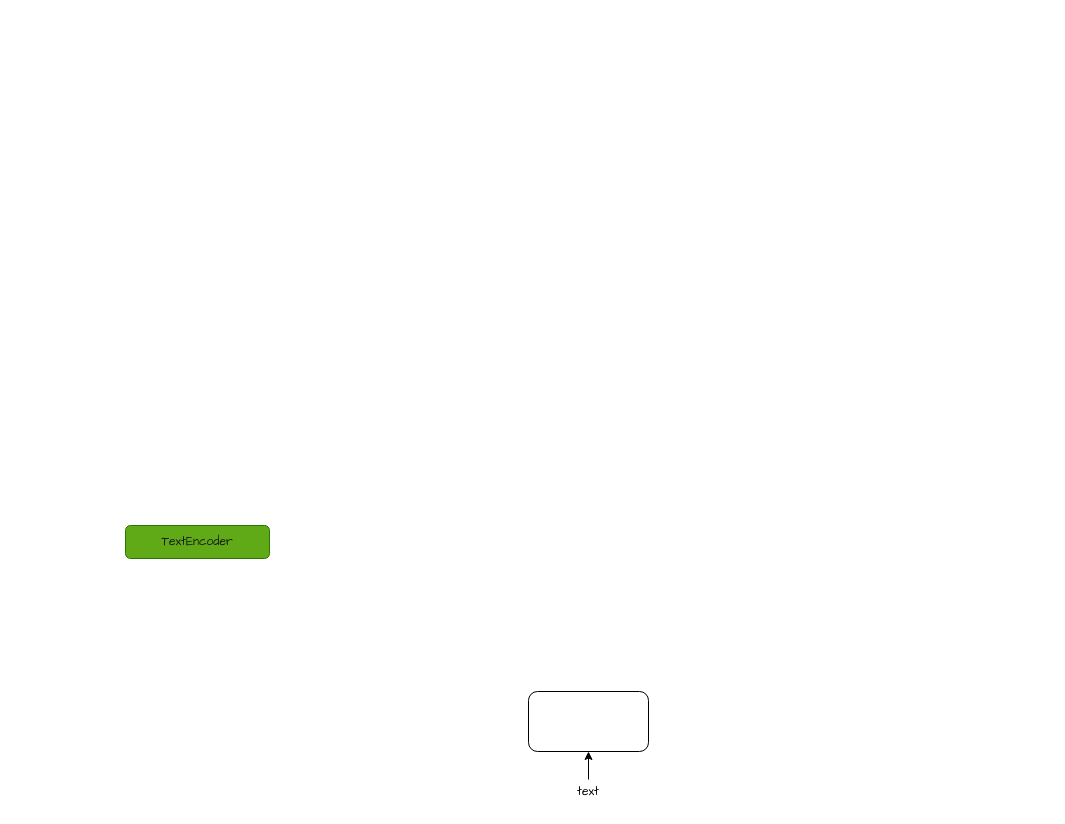
This is 未命名绘图.drawio from Paramoeciu-bug/vits, a draw.io file, before an edit. Source tidied: cells renumbered, new cells numbered last; positions are measured from the earlier drawing's top-left corner, leaving out a move shared by most shapes. Both pictures are drawn from the tidied source at 100%, with x=0, y=0 at pixel (125, 525).
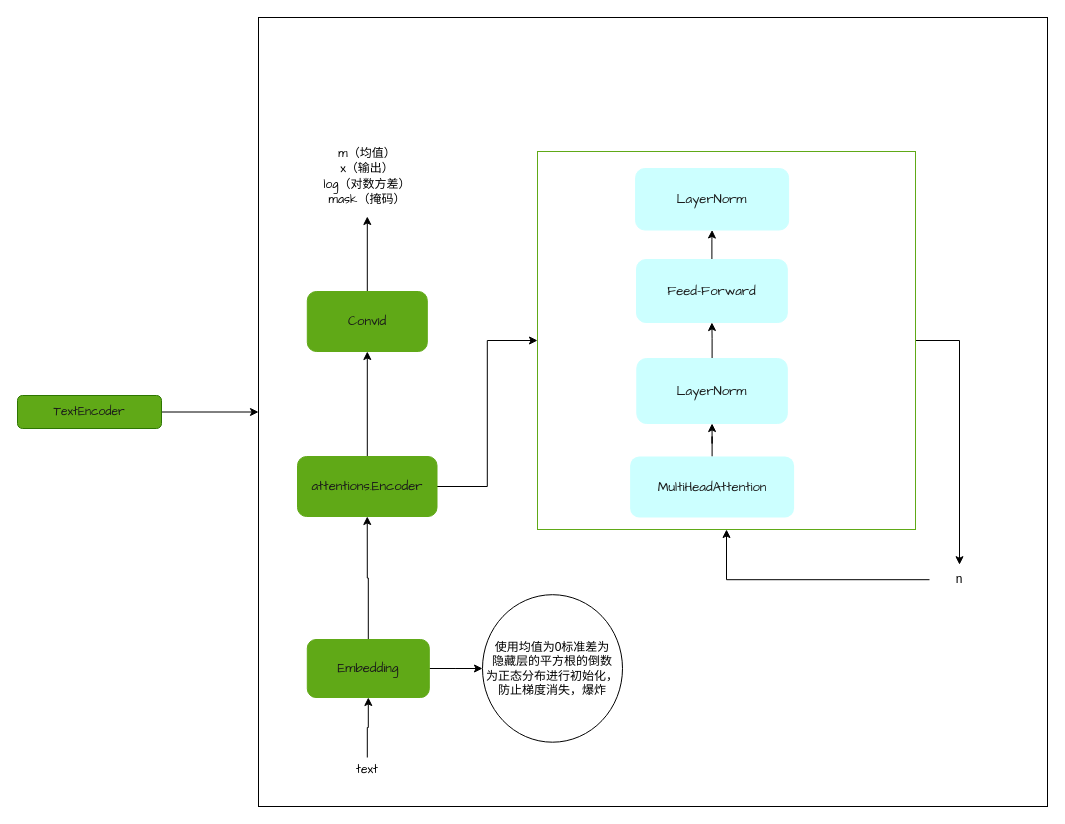
Above is the later version.

Change to the diagram source:
```diff
@@
+    <mxCell id="6" style="edgeStyle=orthogonalEdgeStyle;rounded=0;jettySize=auto;html=1;" parent="1" edge="1" source="2" target="7">
+      <mxGeometry relative="1" as="geometry" />
+    </mxCell>
     <mxCell id="2" value="TextEncoder" style="rounded=1;whiteSpace=wrap;html=1;fillColor=#60a917;strokeColor=#2D7600;fontColor=#1A1A1A;fontStyle=0;fontFamily=Comic Sans MS;" parent="1" vertex="1">
-      <mxGeometry width="144" height="33" as="geometry" />
+      <mxGeometry x="-108" y="-130" width="144" height="33" as="geometry" />
     </mxCell>
-    <mxCell id="3" style="rounded=1;whiteSpace=wrap;html=1;" parent="1" vertex="1">
-      <mxGeometry x="403" y="166" width="120" height="60" as="geometry" />
-    </mxCell>
-    <mxCell id="4" style="edgeStyle=orthogonalEdgeStyle;rounded=0;jettySize=auto;html=1;entryX=0.5;entryY=1;entryDx=0;entryDy=0;" parent="1" edge="1" source="5" target="3">
-      <mxGeometry relative="1" as="geometry" />
-    </mxCell>
+    <mxCell id="7" style="whiteSpace=wrap;html=1;labelBackgroundColor=#60A917;fontColor=#1A1A1A;fontFamily=Comic Sans MS;" parent="1" vertex="1">
+      <mxGeometry x="133" y="-508" width="789" height="789" as="geometry" />
+    </mxCell>
+    <mxCell id="8" style="edgeStyle=orthogonalEdgeStyle;rounded=0;jettySize=auto;html=1;" parent="1" edge="1" source="9" target="20">
+      <mxGeometry relative="1" as="geometry" />
+    </mxCell>
+    <mxCell id="9" value="&lt;div style=&quot;&quot;&gt;&lt;div style=&quot;font-size: 9.8pt;&quot;&gt;Conv1d&lt;/div&gt;&lt;/div&gt;" style="rounded=1;whiteSpace=wrap;html=1;fontColor=#1A1A1A;labelBackgroundColor=#60A917;strokeColor=#60A917;fillColor=#60A917;fontFamily=Comic Sans MS;" parent="1" vertex="1">
+      <mxGeometry x="181.8" y="-234" width="120" height="60" as="geometry" />
+    </mxCell>
+    <mxCell id="10" style="edgeStyle=orthogonalEdgeStyle;rounded=0;jettySize=auto;html=1;" parent="1" edge="1" source="12" target="9">
+      <mxGeometry relative="1" as="geometry" />
+    </mxCell>
+    <mxCell id="11" style="edgeStyle=orthogonalEdgeStyle;rounded=0;jettySize=auto;html=1;entryX=0;entryY=0.5;entryDx=0;entryDy=0;" parent="1" edge="1" source="12" target="19">
+      <mxGeometry relative="1" as="geometry" />
+    </mxCell>
+    <mxCell id="12" value="&lt;div&gt;&lt;div style=&quot;font-size: 9.8pt;&quot;&gt;&lt;font style=&quot;color: rgb(26, 26, 26);&quot;&gt;attentions&lt;span style=&quot;background-color: rgb(96, 169, 23);&quot;&gt;.&lt;/span&gt;Encoder&lt;/font&gt;&lt;/div&gt;&lt;/div&gt;" style="rounded=1;whiteSpace=wrap;html=1;fillColor=#60A917;strokeColor=#60A917;fontFamily=Comic Sans MS;" parent="1" vertex="1">
+      <mxGeometry x="172" y="-69" width="139.5" height="60" as="geometry" />
+    </mxCell>
+    <mxCell id="13" style="edgeStyle=orthogonalEdgeStyle;rounded=0;jettySize=auto;html=1;entryX=0.5;entryY=1;entryDx=0;entryDy=0;" parent="1" edge="1" source="15" target="12">
+      <mxGeometry relative="1" as="geometry" />
+    </mxCell>
+    <mxCell id="14" style="edgeStyle=orthogonalEdgeStyle;rounded=0;jettySize=auto;html=1;" parent="1" edge="1" source="15" target="17">
+      <mxGeometry relative="1" as="geometry" />
+    </mxCell>
+    <mxCell id="15" value="&lt;div style=&quot;&quot;&gt;&lt;div style=&quot;font-size: 9.8pt;&quot;&gt;&lt;span style=&quot;background-color: rgb(96, 169, 23);&quot;&gt;Embedding&lt;/span&gt;&lt;/div&gt;&lt;/div&gt;" style="rounded=1;whiteSpace=wrap;html=1;fontFamily=Comic Sans MS;labelBackgroundColor=#FFFFFF;fillStyle=solid;fillColor=#60a917;fontColor=#1B1B1B;strokeColor=#60A917;" parent="1" vertex="1">
+      <mxGeometry x="181.8" y="114" width="122" height="58" as="geometry" />
+    </mxCell>
+    <mxCell id="16" style="edgeStyle=orthogonalEdgeStyle;rounded=0;jettySize=auto;html=1;" parent="1" edge="1" source="5" target="15">
+      <mxGeometry relative="1" as="geometry" />
+    </mxCell>
     <mxCell id="5" value="text" style="text;html=1;align=center;verticalAlign=middle;whiteSpace=wrap;rounded=0;fontFamily=Comic Sans MS;" parent="1" vertex="1">
-      <mxGeometry x="433" y="254" width="60" height="26" as="geometry" />
+      <mxGeometry x="211.8" y="232" width="60" height="26" as="geometry" />
     </mxCell>
+    <mxCell id="17" value="使用均值为0标准差为&lt;br&gt;隐藏层的平方根的倒数&lt;br&gt;为正态分布进行初始化，&lt;br&gt;防止梯度消失，爆炸" style="ellipse;whiteSpace=wrap;html=1;" parent="1" vertex="1">
+      <mxGeometry x="357" y="69.2" width="140" height="147.5" as="geometry" />
+    </mxCell>
+    <mxCell id="18" style="edgeStyle=orthogonalEdgeStyle;rounded=0;jettySize=auto;html=1;entryX=0.5;entryY=0;entryDx=0;entryDy=0;" parent="1" edge="1" source="19" target="29">
+      <mxGeometry relative="1" as="geometry" />
+    </mxCell>
+    <mxCell id="19" style="whiteSpace=wrap;html=1;strokeColor=#60A917;gradientColor=none;fillColor=default;" parent="1" vertex="1">
+      <mxGeometry x="412" y="-374" width="378" height="378" as="geometry" />
+    </mxCell>
+    <mxCell id="20" value="&lt;font face=&quot;Comic Sans MS&quot;&gt;m（均值）&lt;/font&gt;&lt;div&gt;&lt;font face=&quot;Comic Sans MS&quot;&gt;x（输出）&lt;br&gt;log（对数方差）&lt;/font&gt;&lt;/div&gt;&lt;div&gt;&lt;font face=&quot;Comic Sans MS&quot;&gt;mask（掩码）&lt;/font&gt;&lt;/div&gt;" style="text;html=1;align=center;verticalAlign=middle;whiteSpace=wrap;rounded=0;" parent="1" vertex="1">
+      <mxGeometry x="139.6" y="-389" width="204.4" height="80" as="geometry" />
+    </mxCell>
+    <mxCell id="21" style="edgeStyle=orthogonalEdgeStyle;rounded=0;jettySize=auto;html=1;entryX=0.5;entryY=1;entryDx=0;entryDy=0;" parent="1" edge="1" source="22" target="24">
+      <mxGeometry relative="1" as="geometry" />
+    </mxCell>
+    <mxCell id="22" value="&lt;div style=&quot;&quot;&gt;&lt;div style=&quot;font-size: 9.8pt;&quot;&gt;&lt;div style=&quot;&quot;&gt;&lt;div style=&quot;font-size: 9.8pt;&quot;&gt;MultiHeadAttention&lt;/div&gt;&lt;/div&gt;&lt;/div&gt;&lt;/div&gt;" style="rounded=1;whiteSpace=wrap;html=1;labelBackgroundColor=#CCFFFF;strokeColor=none;fillColor=#CCFFFF;labelBorderColor=none;fontColor=#1A1A1A;fontFamily=Comic Sans MS;" parent="1" vertex="1">
+      <mxGeometry x="504.6" y="-69" width="164" height="61" as="geometry" />
+    </mxCell>
+    <mxCell id="23" style="edgeStyle=orthogonalEdgeStyle;rounded=0;jettySize=auto;html=1;entryX=0.5;entryY=1;entryDx=0;entryDy=0;" parent="1" edge="1" source="24" target="26">
+      <mxGeometry relative="1" as="geometry" />
+    </mxCell>
+    <mxCell id="24" value="&lt;div style=&quot;&quot;&gt;&lt;div style=&quot;font-size: 9.8pt;&quot;&gt;LayerNorm&lt;/div&gt;&lt;/div&gt;" style="rounded=1;whiteSpace=wrap;html=1;fontColor=#1A1A1A;labelBackgroundColor=#CCFFFF;strokeColor=#CCFFFF;fillColor=#CCFFFF;fontFamily=Comic Sans MS;" parent="1" vertex="1">
+      <mxGeometry x="511.3" y="-167" width="150.5" height="65" as="geometry" />
+    </mxCell>
+    <mxCell id="25" style="edgeStyle=orthogonalEdgeStyle;rounded=0;jettySize=auto;html=1;" parent="1" edge="1" source="26" target="27">
+      <mxGeometry relative="1" as="geometry" />
+    </mxCell>
+    <mxCell id="26" value="&lt;div style=&quot;&quot;&gt;&lt;div style=&quot;&quot;&gt;&lt;font&gt;&lt;span style=&quot;font-size: 13.0667px;&quot;&gt;Feed-Forward&lt;/span&gt;&lt;/font&gt;&lt;font style=&quot;&quot;&gt;&lt;span style=&quot;font-size: 9.8pt;&quot;&gt;&lt;/span&gt;&lt;/font&gt;&lt;/div&gt;&lt;/div&gt;" style="rounded=1;whiteSpace=wrap;html=1;labelBackgroundColor=#CCFFFF;fontColor=#1A1A1A;strokeColor=#CCFFFF;fillColor=#CCFFFF;fontFamily=Comic Sans MS;" parent="1" vertex="1">
+      <mxGeometry x="511" y="-266" width="150.8" height="63" as="geometry" />
+    </mxCell>
+    <mxCell id="27" value="&lt;div style=&quot;&quot;&gt;&lt;div style=&quot;font-size: 9.8pt;&quot;&gt;LayerNorm&lt;/div&gt;&lt;/div&gt;" style="rounded=1;whiteSpace=wrap;html=1;fontColor=#1A1A1A;labelBackgroundColor=#CCFFFF;strokeColor=#CCFFFF;fillColor=#CCFFFF;fontFamily=Comic Sans MS;" parent="1" vertex="1">
+      <mxGeometry x="510.1" y="-357" width="153" height="61.5" as="geometry" />
+    </mxCell>
+    <mxCell id="28" style="edgeStyle=orthogonalEdgeStyle;rounded=0;jettySize=auto;html=1;entryX=0.5;entryY=1;entryDx=0;entryDy=0;" parent="1" edge="1" source="29" target="19">
+      <mxGeometry relative="1" as="geometry" />
+    </mxCell>
+    <mxCell id="29" value="n" style="text;html=1;align=center;verticalAlign=middle;whiteSpace=wrap;rounded=0;" parent="1" vertex="1">
+      <mxGeometry x="804" y="39.2" width="60" height="30" as="geometry" />
+    </mxCell>
```
